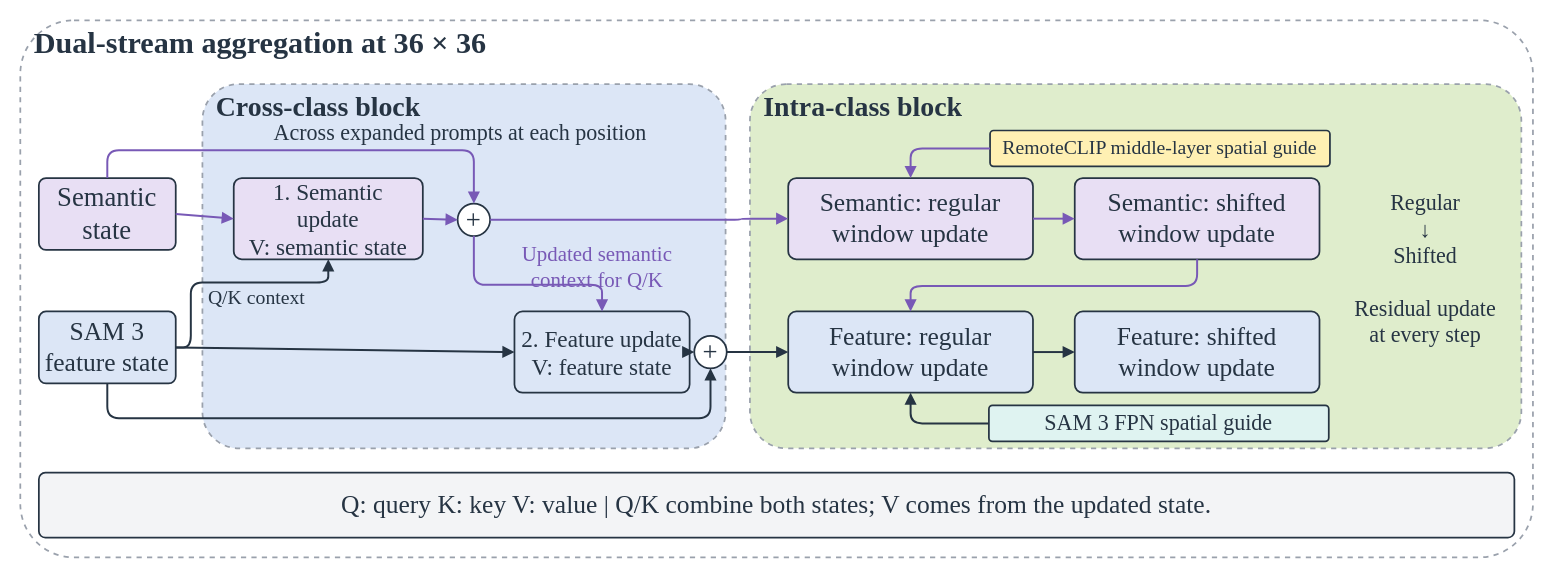
Above: paper/figures/src/aggregation.drawio in jk-jin/ovrs-sam3 (draw.io), before the change. Source tidied: cells renumbered, new cells numbered last; positions are measured from the earlier drawing's top-left corner, leaving out a move shared by most shapes. Both pictures are drawn from the tidied source at 116%, with x=0, y=0 at pixel (20, 20).
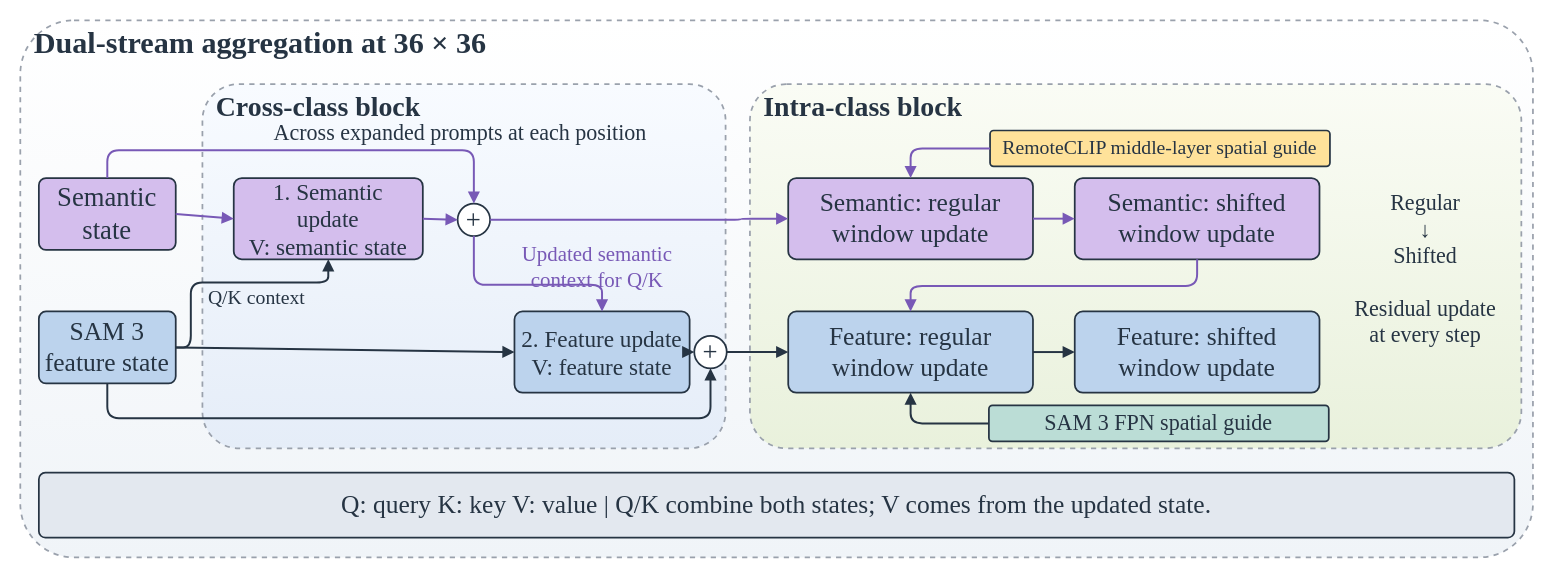
Above is the later version.

Change to the diagram source:
```diff
@@
-    <mxCell id="2" style="rounded=1;arcSize=10;html=0;fillColor=#FFFFFF;strokeColor=#9AA1AC;strokeWidth=1.5;dashed=1;" parent="1" vertex="1">
+    <mxCell id="2" style="rounded=1;arcSize=10;html=0;fillColor=#FFFFFF;strokeColor=#9AA1AC;strokeWidth=1.5;dashed=1;gradientColor=#F0F4F8;gradientDirection=south;" parent="1" vertex="1">
       <mxGeometry width="1304" height="463" as="geometry" />
     </mxCell>
@@
-    <mxCell id="4" style="rounded=1;arcSize=10;html=0;fillColor=#DCE6F6;strokeColor=#9AA1AC;strokeWidth=1.5;dashed=1;" parent="1" vertex="1">
+    <mxCell id="4" style="rounded=1;arcSize=10;html=0;fillColor=#F8FBFF;strokeColor=#9AA1AC;strokeWidth=1.5;dashed=1;gradientColor=#E5EDF8;gradientDirection=south;" parent="1" vertex="1">
       <mxGeometry x="157" y="55" width="451" height="314" as="geometry" />
     </mxCell>
@@
-    <mxCell id="6" style="rounded=1;arcSize=10;html=0;fillColor=#DFEDCC;strokeColor=#9AA1AC;strokeWidth=1.5;dashed=1;" parent="1" vertex="1">
+    <mxCell id="6" style="rounded=1;arcSize=10;html=0;fillColor=#FAFCF5;strokeColor=#9AA1AC;strokeWidth=1.5;dashed=1;gradientColor=#E9F1DC;gradientDirection=south;" parent="1" vertex="1">
       <mxGeometry x="629" y="55" width="665" height="314" as="geometry" />
     </mxCell>
@@
-    <mxCell id="8" style="rounded=1;arcSize=10;html=0;fillColor=#E8DFF4;strokeColor=#263443;strokeWidth=1.5;dashed=0;" parent="1" vertex="1">
+    <mxCell id="8" style="rounded=1;arcSize=10;html=0;fillColor=#D4BEED;strokeColor=#263443;strokeWidth=1.5;dashed=0;" parent="1" vertex="1">
       <mxGeometry x="16" y="136" width="118" height="62" as="geometry" />
     </mxCell>
@@
-    <mxCell id="10" style="rounded=1;arcSize=10;html=0;fillColor=#DCE6F6;strokeColor=#263443;strokeWidth=1.5;dashed=0;" parent="1" vertex="1">
+    <mxCell id="10" style="rounded=1;arcSize=10;html=0;fillColor=#BCD3ED;strokeColor=#263443;strokeWidth=1.5;dashed=0;" parent="1" vertex="1">
       <mxGeometry x="16" y="251" width="118" height="62" as="geometry" />
     </mxCell>
@@
-    <mxCell id="12" style="rounded=1;arcSize=10;html=0;fillColor=#E8DFF4;strokeColor=#263443;strokeWidth=1.5;dashed=0;" parent="1" vertex="1">
+    <mxCell id="12" style="rounded=1;arcSize=10;html=0;fillColor=#D4BEED;strokeColor=#263443;strokeWidth=1.5;dashed=0;" parent="1" vertex="1">
       <mxGeometry x="184" y="136" width="163" height="70" as="geometry" />
     </mxCell>
@@
-    <mxCell id="16" style="rounded=1;arcSize=10;html=0;fillColor=#DCE6F6;strokeColor=#263443;strokeWidth=1.5;dashed=0;" parent="1" vertex="1">
+    <mxCell id="16" style="rounded=1;arcSize=10;html=0;fillColor=#BCD3ED;strokeColor=#263443;strokeWidth=1.5;dashed=0;" parent="1" vertex="1">
       <mxGeometry x="426" y="251" width="151" height="70" as="geometry" />
     </mxCell>
@@
-    <mxCell id="31" style="rounded=1;arcSize=10;html=0;fillColor=#E8DFF4;strokeColor=#263443;strokeWidth=1.5;dashed=0;" parent="1" vertex="1">
+    <mxCell id="31" style="rounded=1;arcSize=10;html=0;fillColor=#D4BEED;strokeColor=#263443;strokeWidth=1.5;dashed=0;" parent="1" vertex="1">
       <mxGeometry x="662" y="136" width="211" height="70" as="geometry" />
     </mxCell>
@@
-    <mxCell id="33" style="rounded=1;arcSize=10;html=0;fillColor=#E8DFF4;strokeColor=#263443;strokeWidth=1.5;dashed=0;" parent="1" vertex="1">
+    <mxCell id="33" style="rounded=1;arcSize=10;html=0;fillColor=#D4BEED;strokeColor=#263443;strokeWidth=1.5;dashed=0;" parent="1" vertex="1">
       <mxGeometry x="909" y="136" width="211" height="70" as="geometry" />
     </mxCell>
@@
-    <mxCell id="35" style="rounded=1;arcSize=10;html=0;fillColor=#DCE6F6;strokeColor=#263443;strokeWidth=1.5;dashed=0;" parent="1" vertex="1">
+    <mxCell id="35" style="rounded=1;arcSize=10;html=0;fillColor=#BCD3ED;strokeColor=#263443;strokeWidth=1.5;dashed=0;" parent="1" vertex="1">
       <mxGeometry x="662" y="251" width="211" height="70" as="geometry" />
     </mxCell>
@@
-    <mxCell id="37" style="rounded=1;arcSize=10;html=0;fillColor=#DCE6F6;strokeColor=#263443;strokeWidth=1.5;dashed=0;" parent="1" vertex="1">
+    <mxCell id="37" style="rounded=1;arcSize=10;html=0;fillColor=#BCD3ED;strokeColor=#263443;strokeWidth=1.5;dashed=0;" parent="1" vertex="1">
       <mxGeometry x="909" y="251" width="211" height="70" as="geometry" />
     </mxCell>
@@
-    <mxCell id="44" style="rounded=1;arcSize=10;html=0;fillColor=#FFF0B3;strokeColor=#263443;strokeWidth=1.5;dashed=0;" parent="1" vertex="1">
+    <mxCell id="44" style="rounded=1;arcSize=10;html=0;fillColor=#FFE29A;strokeColor=#263443;strokeWidth=1.5;dashed=0;" parent="1" vertex="1">
       <mxGeometry x="836" y="95" width="293" height="31" as="geometry" />
     </mxCell>
@@
-    <mxCell id="47" style="rounded=1;arcSize=10;html=0;fillColor=#DFF3F1;strokeColor=#263443;strokeWidth=1.5;dashed=0;" parent="1" vertex="1">
+    <mxCell id="47" style="rounded=1;arcSize=10;html=0;fillColor=#BBDDD6;strokeColor=#263443;strokeWidth=1.5;dashed=0;" parent="1" vertex="1">
       <mxGeometry x="835" y="332" width="293" height="31" as="geometry" />
     </mxCell>
@@
-    <mxCell id="51" style="rounded=1;arcSize=10;html=0;fillColor=#F3F4F6;strokeColor=#263443;strokeWidth=1.5;dashed=0;" parent="1" vertex="1">
+    <mxCell id="51" style="rounded=1;arcSize=10;html=0;fillColor=#E3E8EF;strokeColor=#263443;strokeWidth=1.5;dashed=0;" parent="1" vertex="1">
       <mxGeometry x="16" y="390" width="1272" height="56" as="geometry" />
     </mxCell>
```
